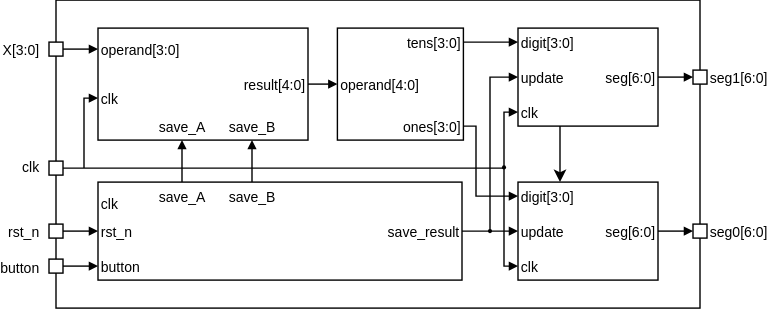
The draw.io diagram My-First-Chip-Challenge/assignment/architecture.drawio.svg in hm-aemy/Design-your-Chip-2026, before a commit. Source tidied: cells renumbered, new cells last; positions are measured from the earlier drawing's top-left corner, leaving out a move shared by most shapes.
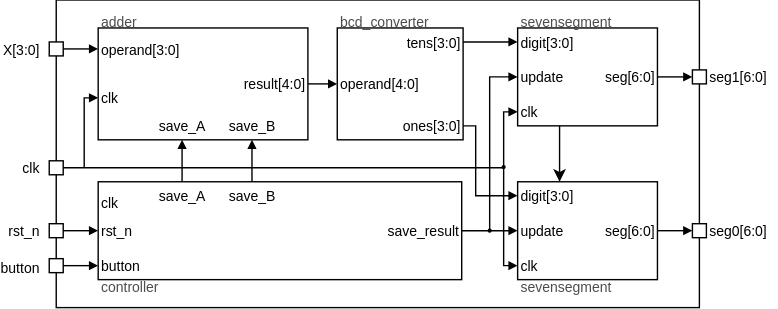
The same file after the commit.

Change to the diagram source:
```diff
@@ -204,5 +204,20 @@
     <mxCell id="59" style="endArrow=block;html=1;rounded=0;endFill=1;exitX=1;exitY=0.5;exitDx=0;exitDy=0;endSize=4;entryX=0;entryY=0.5;entryDx=0;entryDy=0;" parent="1" edge="1" source="32" target="57">
       <mxGeometry relative="1" as="geometry" />
     </mxCell>
+    <mxCell id="60" value="adder" style="text;html=1;whiteSpace=wrap;strokeColor=none;fillColor=none;align=left;verticalAlign=middle;rounded=0;fontSize=10;fontColor=#4D4D4D;" parent="1" vertex="1">
+      <mxGeometry x="70" y="10" width="90" height="10" as="geometry" />
+    </mxCell>
+    <mxCell id="61" value="controller" style="text;html=1;whiteSpace=wrap;strokeColor=none;fillColor=none;align=left;verticalAlign=middle;rounded=0;fontSize=10;fontColor=#4D4D4D;" parent="1" vertex="1">
+      <mxGeometry x="70" y="200" width="90" height="10" as="geometry" />
+    </mxCell>
+    <mxCell id="62" value="sevensegment" style="text;html=1;whiteSpace=wrap;strokeColor=none;fillColor=none;align=left;verticalAlign=middle;rounded=0;fontSize=10;fontColor=#4D4D4D;" parent="1" vertex="1">
+      <mxGeometry x="370" y="200" width="90" height="10" as="geometry" />
+    </mxCell>
+    <mxCell id="63" value="sevensegment" style="text;html=1;whiteSpace=wrap;strokeColor=none;fillColor=none;align=left;verticalAlign=middle;rounded=0;fontSize=10;fontColor=#4D4D4D;" parent="1" vertex="1">
+      <mxGeometry x="370" y="10" width="90" height="10" as="geometry" />
+    </mxCell>
+    <mxCell id="64" value="bcd_converter" style="text;html=1;whiteSpace=wrap;strokeColor=none;fillColor=none;align=left;verticalAlign=middle;rounded=0;fontSize=10;fontColor=#4D4D4D;" parent="1" vertex="1">
+      <mxGeometry x="241" y="10" width="90" height="10" as="geometry" />
+    </mxCell>
   </root>
 </mxGraphModel>
```
